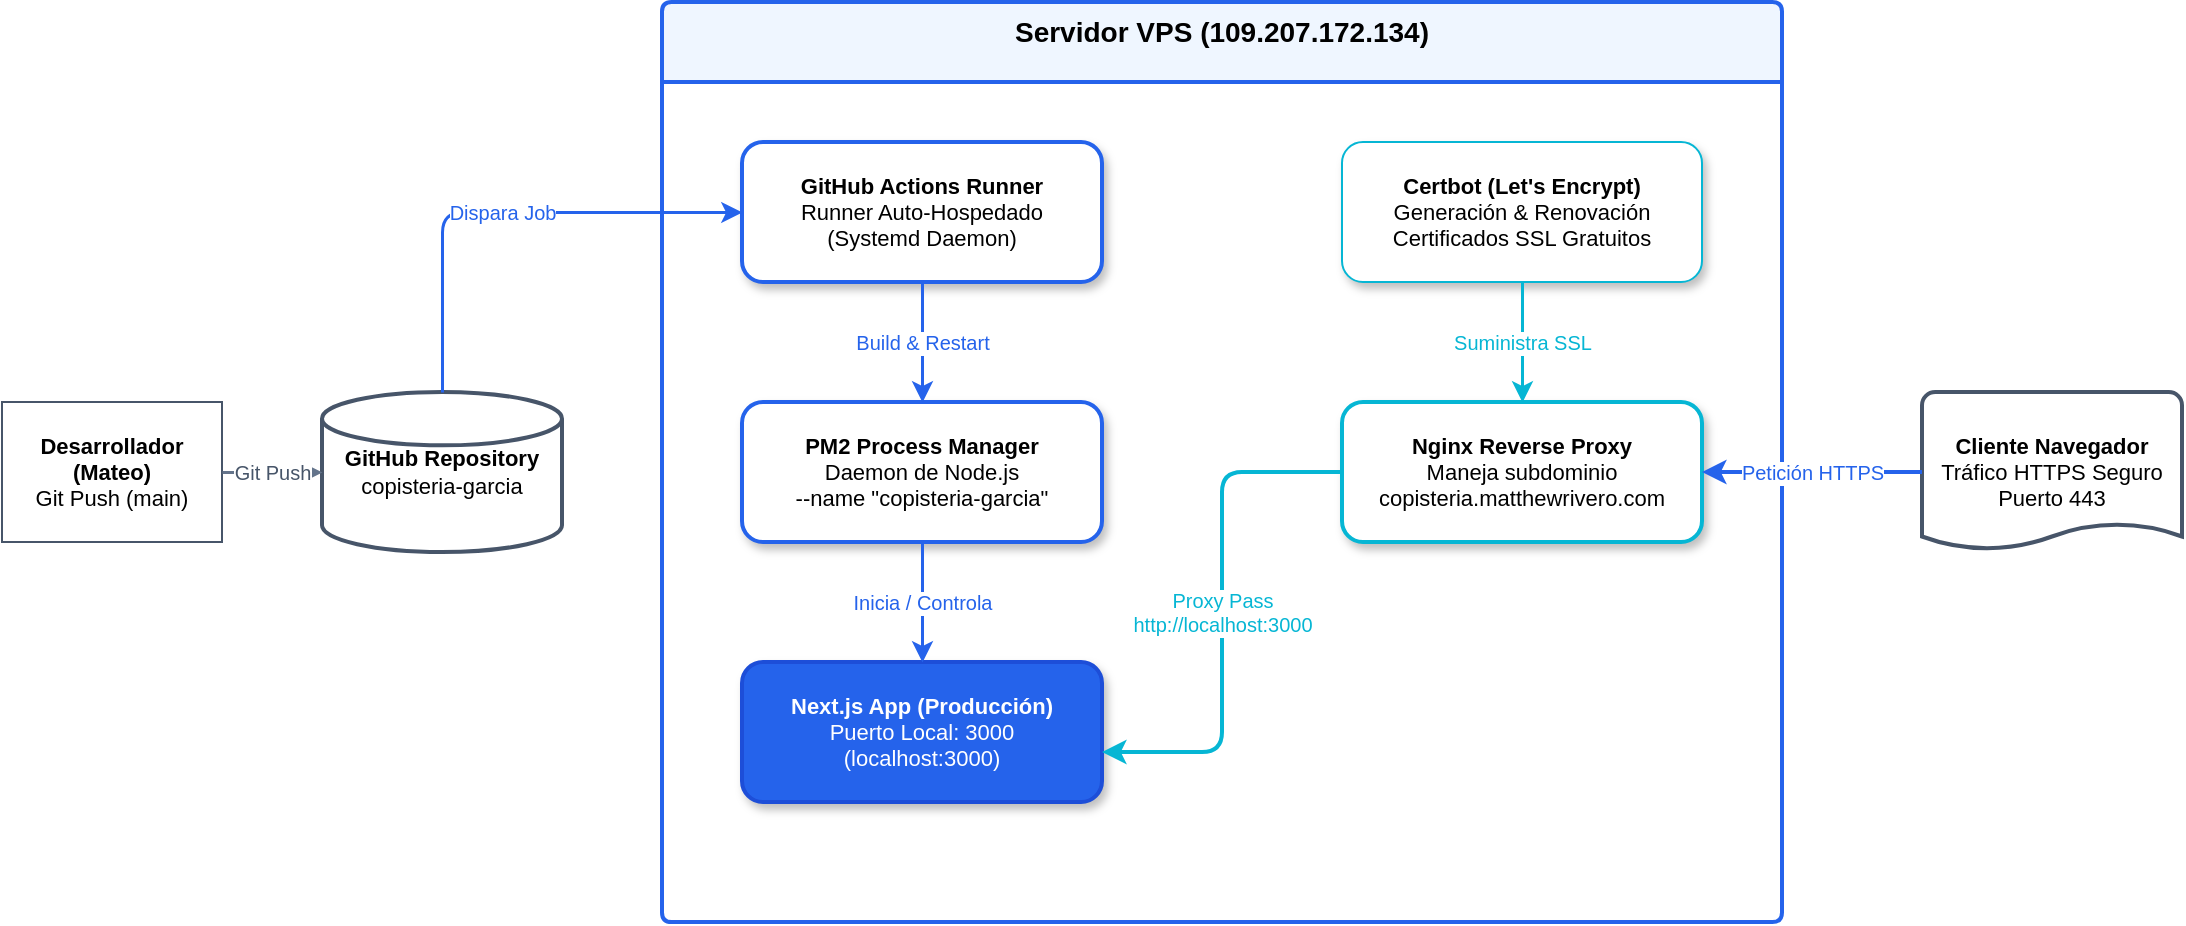
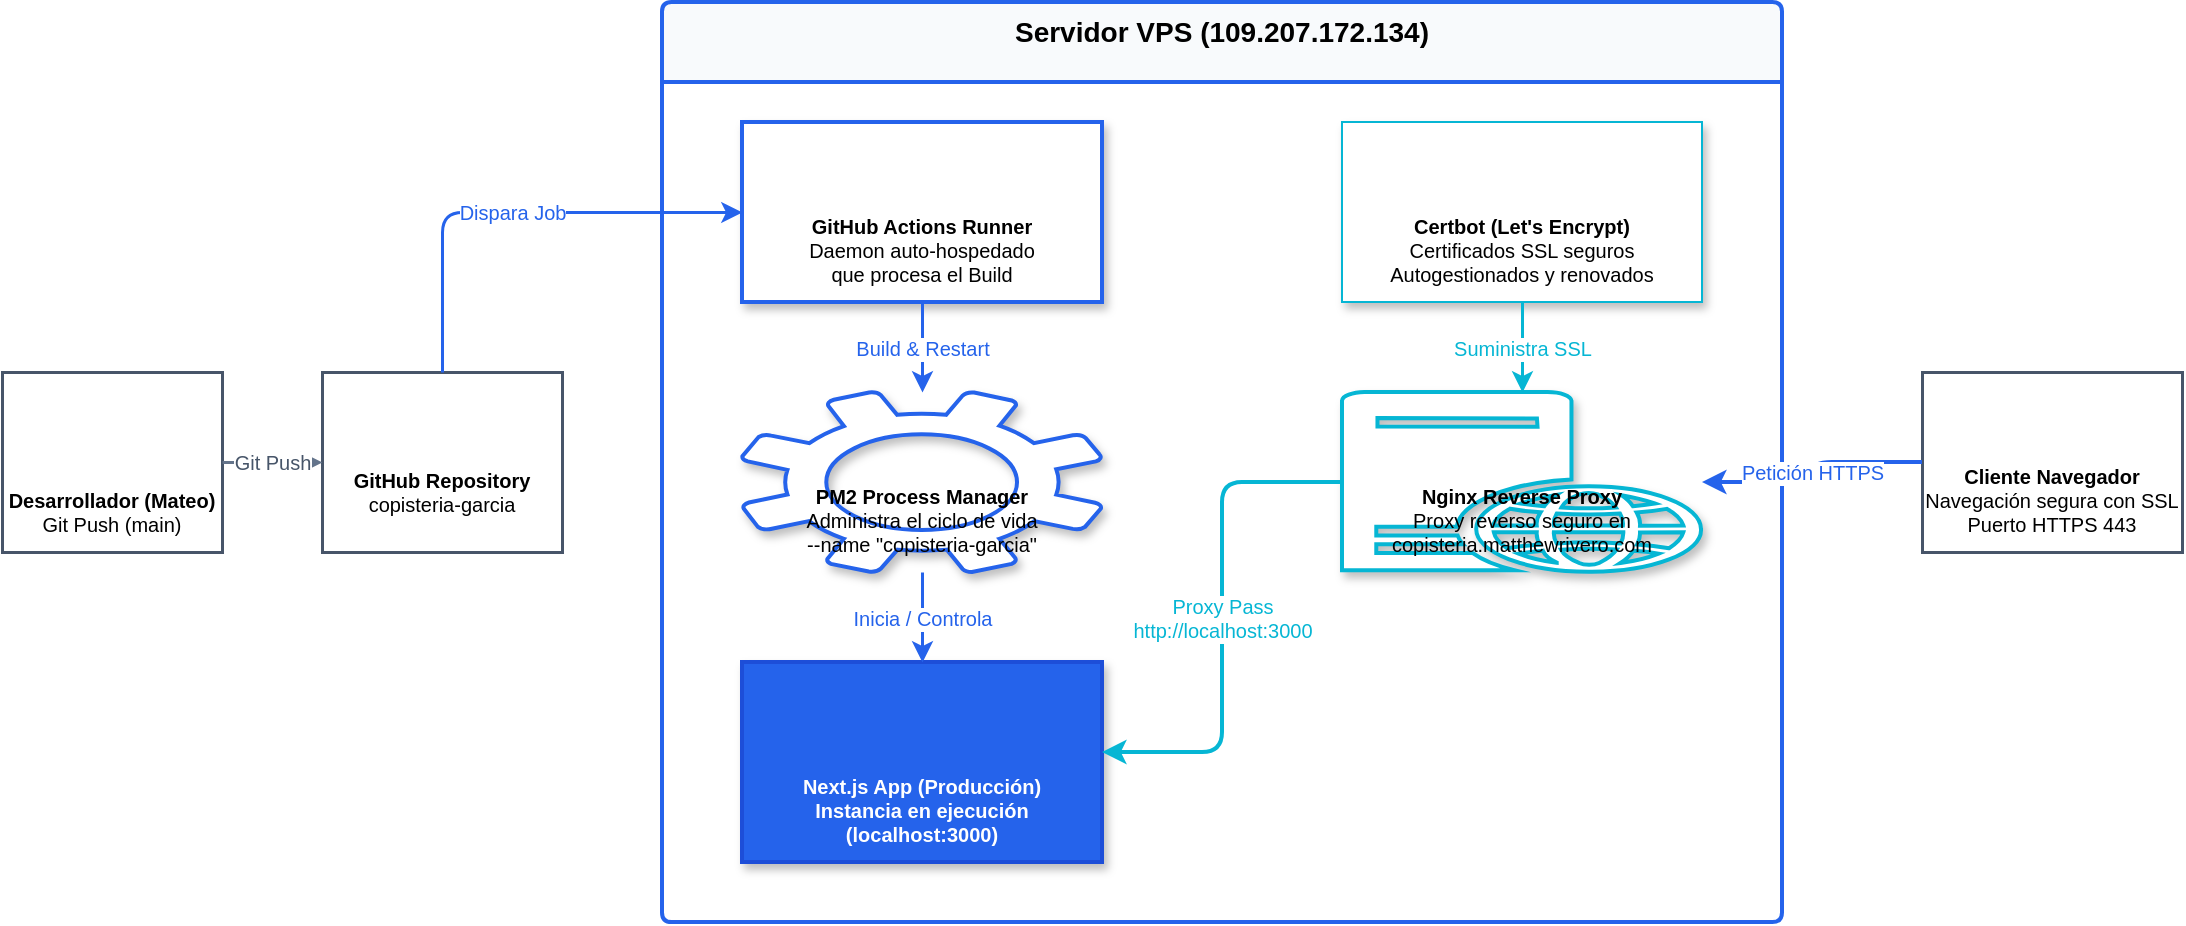
<mxfile host="Electron" modified="2026-07-19T20:00:00.000Z" agent="Mozilla/5.0" version="21.0.0" type="device">
  <diagram id="copisteria-infra" name="Infraestructura Copisteria García Cano">
    <mxGraphModel dx="1200" dy="800" grid="1" guides="1" tooltips="1" connect="1" arrows="1" fold="1" page="1" pageScale="1" pageWidth="1169" pageHeight="827" math="0" shadow="0">
      <root>
        <!-- Base Layers -->
        <mxCell id="0" />
        <mxCell id="1" parent="0" />

        <!-- BOUNDARY: VPS Server -->
-         <mxCell id="vps-boundary" value="Servidor VPS (109.207.172.134)" style="swimlane;whiteSpace=wrap;html=1;fontFamily=Helvetica;fontStyle=1;fontSize=14;fillColor=#eff6ff;strokeColor=#2563eb;strokeWidth=2;align=center;verticalAlign=top;startSize=40;rounded=1;arcSize=4;" vertex="1" parent="1">
+         <mxCell id="vps-boundary" value="Servidor VPS (109.207.172.134)" style="swimlane;whiteSpace=wrap;html=1;fontFamily=Helvetica;fontStyle=1;fontSize=14;fillColor=#f8fafc;strokeColor=#2563eb;strokeWidth=2;align=center;verticalAlign=top;startSize=40;rounded=1;arcSize=4;" vertex="1" parent="1">
          <mxGeometry x="360" y="40" width="560" height="460" as="geometry" />
        </mxCell>

-         <!-- EXTERNAL: Developer Laptop -->
-         <mxCell id="node-developer" value="&lt;b&gt;Desarrollador (Mateo)&lt;/b&gt;&lt;br/&gt;Git Push (main)" style="shape=laptop;html=1;whiteSpace=wrap;fontFamily=Helvetica;fontSize=11;fillColor=#ffffff;strokeColor=#475569;align=center;points=[[0.5,0,0,0,0],[0.5,1,0,0,0],[0,0.5,0,0,0],[1,0.5,0,0,0]];" vertex="1" parent="1">
-           <mxGeometry x="30" y="240" width="110" height="70" as="geometry" />
+         <!-- EXTERNAL: Developer Laptop (Stencils Icon) -->
+         <mxCell id="node-developer" value="&lt;b&gt;Desarrollador (Mateo)&lt;/b&gt;&lt;br/&gt;Git Push (main)" style="shape=mxgraph.mscae.enterprise.laptop_computer;whiteSpace=wrap;html=1;fontFamily=Helvetica;fontSize=10;fillColor=#ffffff;strokeColor=#475569;strokeWidth=1.5;align=center;verticalAlign=bottom;spacingBottom=5;" vertex="1" parent="1">
+           <mxGeometry x="30" y="225" width="110" height="90" as="geometry" />
        </mxCell>

-         <!-- EXTERNAL: GitHub Repository -->
-         <mxCell id="node-github" value="&lt;b&gt;GitHub Repository&lt;/b&gt;&lt;br/&gt;copisteria-garcia" style="shape=mxgraph.flowchart.database;strokeWidth=2;html=1;whiteSpace=wrap;fontFamily=Helvetica;fontSize=11;fillColor=#ffffff;strokeColor=#475569;align=center;" vertex="1" parent="1">
-           <mxGeometry x="190" y="235" width="120" height="80" as="geometry" />
+         <!-- EXTERNAL: GitHub Repository (Stencils Cloud Icon) -->
+         <mxCell id="node-github" value="&lt;b&gt;GitHub Repository&lt;/b&gt;&lt;br/&gt;copisteria-garcia" style="shape=mxgraph.mscae.enterprise.cloud;whiteSpace=wrap;html=1;fontFamily=Helvetica;fontSize=10;fillColor=#ffffff;strokeColor=#475569;strokeWidth=1.5;align=center;verticalAlign=bottom;spacingBottom=15;" vertex="1" parent="1">
+           <mxGeometry x="190" y="225" width="120" height="90" as="geometry" />
        </mxCell>

-         <!-- VPS INTERNAL: GitHub Actions Runner -->
-         <mxCell id="node-runner" value="&lt;b&gt;GitHub Actions Runner&lt;/b&gt;&lt;br/&gt;Runner Auto-Hospedado&lt;br/&gt;(Systemd Daemon)" style="rounded=1;whiteSpace=wrap;html=1;fontFamily=Helvetica;fontSize=11;fillColor=#ffffff;strokeColor=#2563eb;strokeWidth=2;align=center;shadow=1;" vertex="1" parent="vps-boundary">
-           <mxGeometry x="40" y="70" width="180" height="70" as="geometry" />
+         <!-- VPS INTERNAL: GitHub Actions Runner (Stencils Process Icon) -->
+         <mxCell id="node-runner" value="&lt;b&gt;GitHub Actions Runner&lt;/b&gt;&lt;br/&gt;Daemon auto-hospedado&lt;br/&gt;que procesa el Build" style="shape=mxgraph.mscae.enterprise.process;whiteSpace=wrap;html=1;fontFamily=Helvetica;fontSize=10;fillColor=#ffffff;strokeColor=#2563eb;strokeWidth=2;align=center;verticalAlign=bottom;spacingBottom=5;shadow=1;" vertex="1" parent="vps-boundary">
+           <mxGeometry x="40" y="60" width="180" height="90" as="geometry" />
        </mxCell>

-         <!-- VPS INTERNAL: PM2 -->
-         <mxCell id="node-pm2" value="&lt;b&gt;PM2 Process Manager&lt;/b&gt;&lt;br/&gt;Daemon de Node.js&lt;br/&gt;--name &quot;copisteria-garcia&quot;" style="rounded=1;whiteSpace=wrap;html=1;fontFamily=Helvetica;fontSize=11;fillColor=#ffffff;strokeColor=#2563eb;strokeWidth=2;align=center;shadow=1;" vertex="1" parent="vps-boundary">
-           <mxGeometry x="40" y="200" width="180" height="70" as="geometry" />
+         <!-- VPS INTERNAL: PM2 (Stencils Settings/Gears Icon) -->
+         <mxCell id="node-pm2" value="&lt;b&gt;PM2 Process Manager&lt;/b&gt;&lt;br/&gt;Administra el ciclo de vida&lt;br/&gt;--name &quot;copisteria-garcia&quot;" style="shape=mxgraph.mscae.enterprise.settings;whiteSpace=wrap;html=1;fontFamily=Helvetica;fontSize=10;fillColor=#ffffff;strokeColor=#2563eb;strokeWidth=2;align=center;verticalAlign=bottom;spacingBottom=5;shadow=1;" vertex="1" parent="vps-boundary">
+           <mxGeometry x="40" y="195" width="180" height="90" as="geometry" />
        </mxCell>

-         <!-- VPS INTERNAL: Next.js App -->
-         <mxCell id="node-nextjs" value="&lt;b&gt;Next.js App (Producción)&lt;/b&gt;&lt;br/&gt;Puerto Local: 3000&lt;br/&gt;(localhost:3000)" style="rounded=1;whiteSpace=wrap;html=1;fontFamily=Helvetica;fontSize=11;fillColor=#2563eb;textColor=#ffffff;strokeColor=#1d4ed8;strokeWidth=2;align=center;shadow=1;fontColor=#ffffff;" vertex="1" parent="vps-boundary">
-           <mxGeometry x="40" y="330" width="180" height="70" as="geometry" />
+         <!-- VPS INTERNAL: Next.js App (Stencils Server Icon) -->
+         <mxCell id="node-nextjs" value="&lt;b&gt;Next.js App (Producción)&lt;/b&gt;&lt;br/&gt;Instancia en ejecución&lt;br/&gt;(localhost:3000)" style="shape=mxgraph.mscae.enterprise.server;whiteSpace=wrap;html=1;fontFamily=Helvetica;fontSize=10;fillColor=#2563eb;strokeColor=#1d4ed8;strokeWidth=2;align=center;verticalAlign=bottom;spacingBottom=5;shadow=1;fontColor=#ffffff;fontStyle=1;" vertex="1" parent="vps-boundary">
+           <mxGeometry x="40" y="330" width="180" height="100" as="geometry" />
        </mxCell>

-         <!-- VPS INTERNAL: Nginx Reverse Proxy -->
-         <mxCell id="node-nginx" value="&lt;b&gt;Nginx Reverse Proxy&lt;/b&gt;&lt;br/&gt;Maneja subdominio&lt;br/&gt;copisteria.matthewrivero.com" style="rounded=1;whiteSpace=wrap;html=1;fontFamily=Helvetica;fontSize=11;fillColor=#ffffff;strokeColor=#06b6d4;strokeWidth=2;align=center;shadow=1;" vertex="1" parent="vps-boundary">
-           <mxGeometry x="340" y="200" width="180" height="70" as="geometry" />
+         <!-- VPS INTERNAL: Nginx Reverse Proxy (Stencils Web Server Icon) -->
+         <mxCell id="node-nginx" value="&lt;b&gt;Nginx Reverse Proxy&lt;/b&gt;&lt;br/&gt;Proxy reverso seguro en&lt;br/&gt;copisteria.matthewrivero.com" style="shape=mxgraph.mscae.enterprise.web_server;whiteSpace=wrap;html=1;fontFamily=Helvetica;fontSize=10;fillColor=#ffffff;strokeColor=#06b6d4;strokeWidth=2;align=center;verticalAlign=bottom;spacingBottom=5;shadow=1;" vertex="1" parent="vps-boundary">
+           <mxGeometry x="340" y="195" width="180" height="90" as="geometry" />
        </mxCell>

-         <!-- VPS INTERNAL: Certbot (SSL) -->
-         <mxCell id="node-certbot" value="&lt;b&gt;Certbot (Let's Encrypt)&lt;/b&gt;&lt;br/&gt;Generación &amp; Renovación&lt;br/&gt;Certificados SSL Gratuitos" style="rounded=1;whiteSpace=wrap;html=1;fontFamily=Helvetica;fontSize=11;fillColor=#ffffff;strokeColor=#06b6d4;strokeWidth=1;align=center;shadow=1;strokeDashArray=3 3;" vertex="1" parent="vps-boundary">
-           <mxGeometry x="340" y="70" width="180" height="70" as="geometry" />
+         <!-- VPS INTERNAL: Certbot (Stencils Key Vault Icon) -->
+         <mxCell id="node-certbot" value="&lt;b&gt;Certbot (Let's Encrypt)&lt;/b&gt;&lt;br/&gt;Certificados SSL seguros&lt;br/&gt;Autogestionados y renovados" style="shape=mxgraph.mscae.enterprise.key_vault;whiteSpace=wrap;html=1;fontFamily=Helvetica;fontSize=10;fillColor=#ffffff;strokeColor=#06b6d4;strokeWidth=1;align=center;verticalAlign=bottom;spacingBottom=5;shadow=1;strokeDashArray=3 3;" vertex="1" parent="vps-boundary">
+           <mxGeometry x="340" y="60" width="180" height="90" as="geometry" />
        </mxCell>

-         <!-- EXTERNAL: Client Browser -->
-         <mxCell id="node-client" value="&lt;b&gt;Cliente Navegador&lt;/b&gt;&lt;br/&gt;Tráfico HTTPS Seguro&lt;br/&gt;Puerto 443" style="shape=mxgraph.flowchart.document;strokeWidth=2;html=1;whiteSpace=wrap;fontFamily=Helvetica;fontSize=11;fillColor=#ffffff;strokeColor=#475569;align=center;" vertex="1" parent="1">
-           <mxGeometry x="990" y="235" width="130" height="80" as="geometry" />
+         <!-- EXTERNAL: Client Browser (Stencils Browser Icon) -->
+         <mxCell id="node-client" value="&lt;b&gt;Cliente Navegador&lt;/b&gt;&lt;br/&gt;Navegación segura con SSL&lt;br/&gt;Puerto HTTPS 443" style="shape=mxgraph.mscae.enterprise.browser;whiteSpace=wrap;html=1;fontFamily=Helvetica;fontSize=10;fillColor=#ffffff;strokeColor=#475569;strokeWidth=1.5;align=center;verticalAlign=bottom;spacingBottom=5;" vertex="1" parent="1">
+           <mxGeometry x="990" y="225" width="130" height="90" as="geometry" />
        </mxCell>

        <!-- CONNECTIONS (EDGES) -->
        <!-- Dev -> GitHub -->
        <mxCell id="edge-dev-github" value="Git Push" style="edgeStyle=orthogonalEdgeStyle;rounded=1;html=1;fontFamily=Helvetica;fontSize=10;fontColor=#475569;strokeColor=#64748b;strokeWidth=1.5;" edge="1" parent="1" source="node-developer" target="node-github">
          <mxGeometry relative="1" as="geometry" />
        </mxCell>

        <!-- GitHub -> Runner (Webhook/Poll) -->
        <mxCell id="edge-github-runner" value="Dispara Job" style="edgeStyle=orthogonalEdgeStyle;rounded=1;html=1;fontFamily=Helvetica;fontSize=10;fontColor=#2563eb;strokeColor=#2563eb;strokeWidth=1.5;" edge="1" parent="1" source="node-github" target="node-runner">
          <mxGeometry relative="1" as="geometry">
            <Array as="points">
              <mxPoint x="250" y="145" />
            </Array>
          </mxGeometry>
        </mxCell>

        <!-- Runner -> PM2 -->
        <mxCell id="edge-runner-pm2" value="Build &amp; Restart" style="edgeStyle=orthogonalEdgeStyle;rounded=1;html=1;fontFamily=Helvetica;fontSize=10;fontColor=#2563eb;strokeColor=#2563eb;strokeWidth=1.5;" edge="1" parent="1" source="node-runner" target="node-pm2">
          <mxGeometry relative="1" as="geometry" />
        </mxCell>

        <!-- PM2 -> Next.js -->
        <mxCell id="edge-pm2-next" value="Inicia / Controla" style="edgeStyle=orthogonalEdgeStyle;rounded=1;html=1;fontFamily=Helvetica;fontSize=10;fontColor=#2563eb;strokeColor=#2563eb;strokeWidth=1.5;" edge="1" parent="1" source="node-pm2" target="node-nextjs">
          <mxGeometry relative="1" as="geometry" />
        </mxCell>

        <!-- Certbot -> Nginx -->
        <mxCell id="edge-cert-nginx" value="Suministra SSL" style="edgeStyle=orthogonalEdgeStyle;rounded=1;html=1;fontFamily=Helvetica;fontSize=10;fontColor=#06b6d4;strokeColor=#06b6d4;strokeWidth=1.5;strokeDasharray=3 3;" edge="1" parent="1" source="node-certbot" target="node-nginx">
          <mxGeometry relative="1" as="geometry" />
        </mxCell>

        <!-- Nginx -> Next.js (Proxy Pass) -->
        <mxCell id="edge-nginx-next" value="Proxy Pass&lt;br/&gt;http://localhost:3000" style="edgeStyle=orthogonalEdgeStyle;rounded=1;html=1;fontFamily=Helvetica;fontSize=10;fontColor=#06b6d4;strokeColor=#06b6d4;strokeWidth=2;" edge="1" parent="1" source="node-nginx" target="node-nextjs">
          <mxGeometry relative="1" as="geometry">
            <Array as="points">
              <mxPoint x="640" y="415" />
            </Array>
          </mxGeometry>
        </mxCell>

        <!-- Client -> Nginx -->
        <mxCell id="edge-client-nginx" value="Petición HTTPS" style="edgeStyle=orthogonalEdgeStyle;rounded=1;html=1;fontFamily=Helvetica;fontSize=10;fontColor=#2563eb;strokeColor=#2563eb;strokeWidth=2;" edge="1" parent="1" source="node-client" target="node-nginx">
          <mxGeometry relative="1" as="geometry" />
        </mxCell>
      </root>
    </mxGraphModel>
  </diagram>
</mxfile>